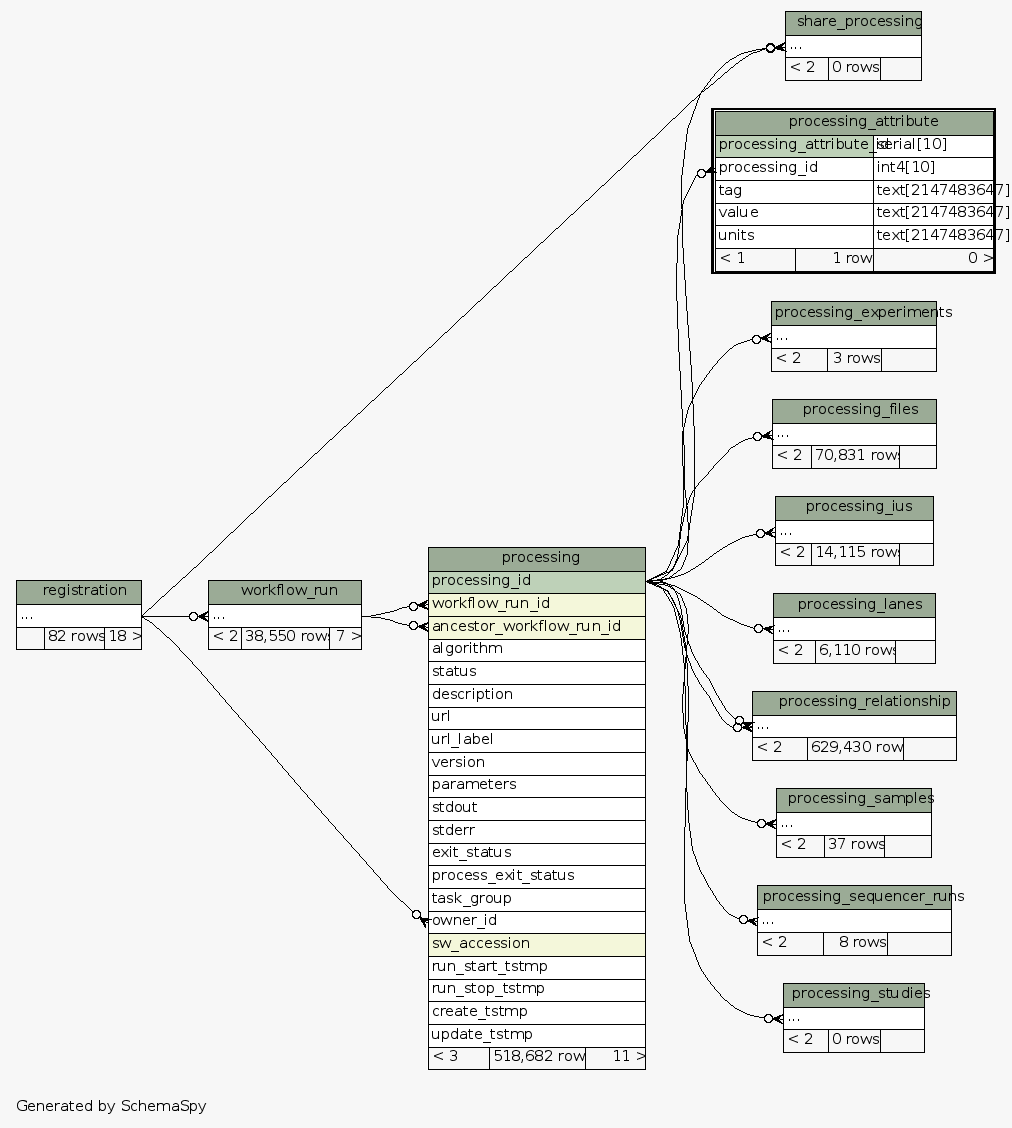
Before: metadb-schema/diagrams/processing_attribute.2degrees.png, a diagram exported from Graphviz (SeqWare/seqware.github.com). Its source is kept beside it as metadb-schema/diagrams/processing_attribute.2degrees.dot.
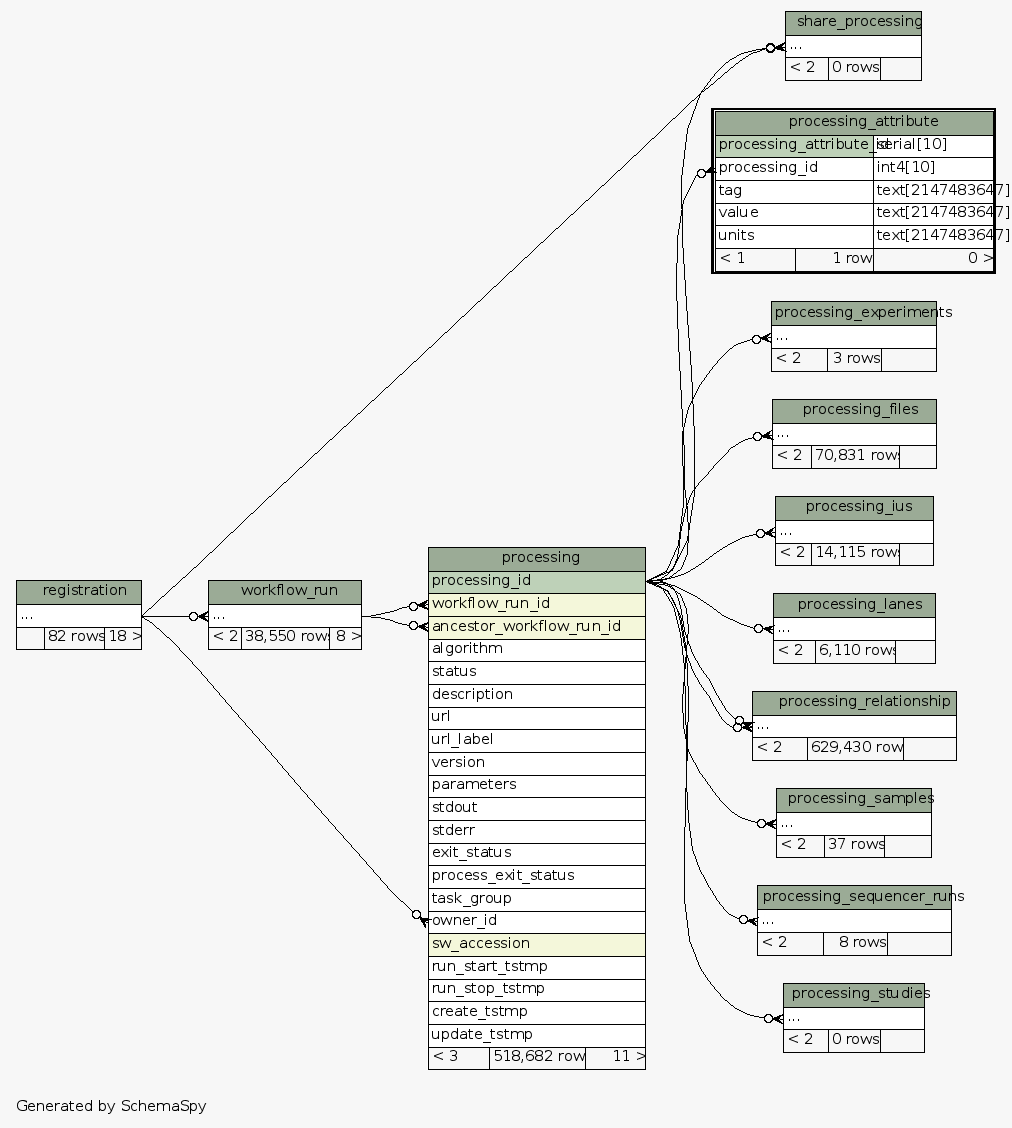
After the change.

The edit, as a diff of the source:
```diff
@@ -182,7 +182,7 @@
     <TABLE BORDER="0" CELLBORDER="1" CELLSPACING="0" BGCOLOR="#ffffff">
       <TR><TD COLSPAN="3" BGCOLOR="#9bab96" ALIGN="CENTER">workflow_run</TD></TR>
       <TR><TD PORT="elipses" COLSPAN="3" ALIGN="LEFT">...</TD></TR>
-      <TR><TD ALIGN="LEFT" BGCOLOR="#f7f7f7">&lt; 2</TD><TD ALIGN="RIGHT" BGCOLOR="#f7f7f7">38,550 rows</TD><TD ALIGN="RIGHT" BGCOLOR="#f7f7f7">7 &gt;</TD></TR>
+      <TR><TD ALIGN="LEFT" BGCOLOR="#f7f7f7">&lt; 2</TD><TD ALIGN="RIGHT" BGCOLOR="#f7f7f7">38,550 rows</TD><TD ALIGN="RIGHT" BGCOLOR="#f7f7f7">8 &gt;</TD></TR>
     </TABLE>>
     URL="workflow_run.html"
     tooltip="workflow_run"
```
